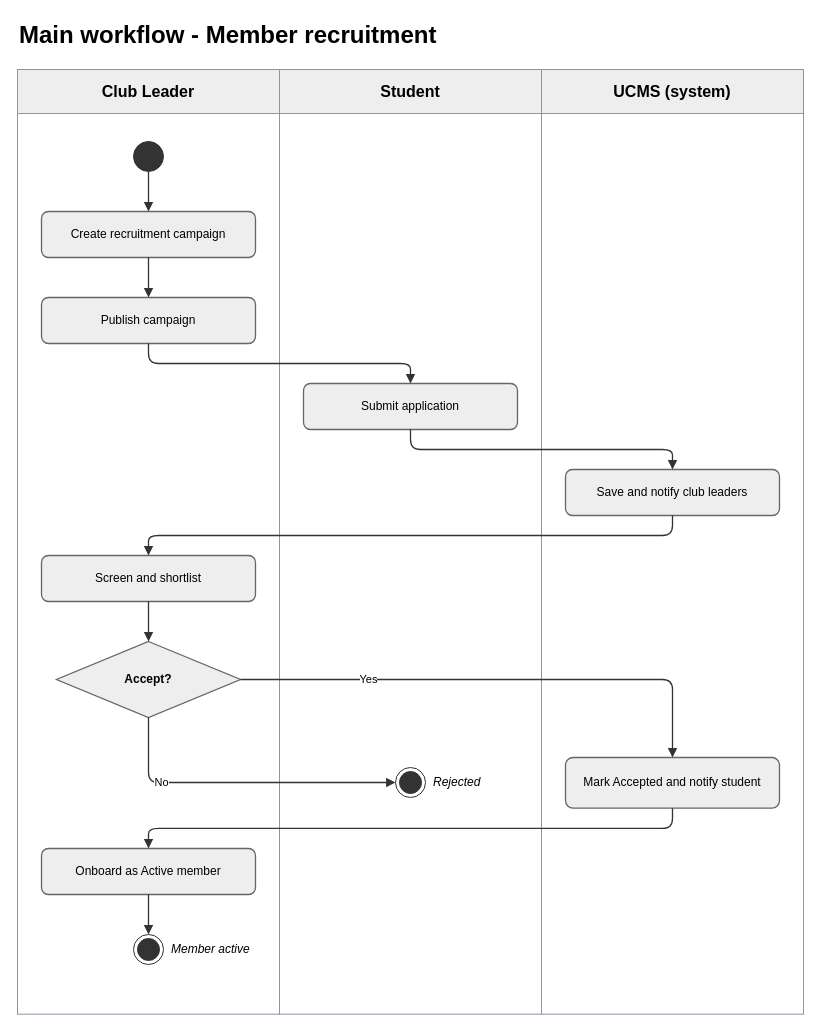
Before: page "02 Member recruitment" (2 of 10) of docs/03-diagrams/UCMS_Main_Workflow.drawio in nvdekay/ClubManagementSystem, a draw.io diagram. Source tidied: cells renumbered, new cells numbered last; positions are measured from the earlier drawing's top-left corner, leaving out a move shared by most shapes. Both pictures are drawn from the tidied source at 100%, with x=0, y=0 at pixel (17, 17).
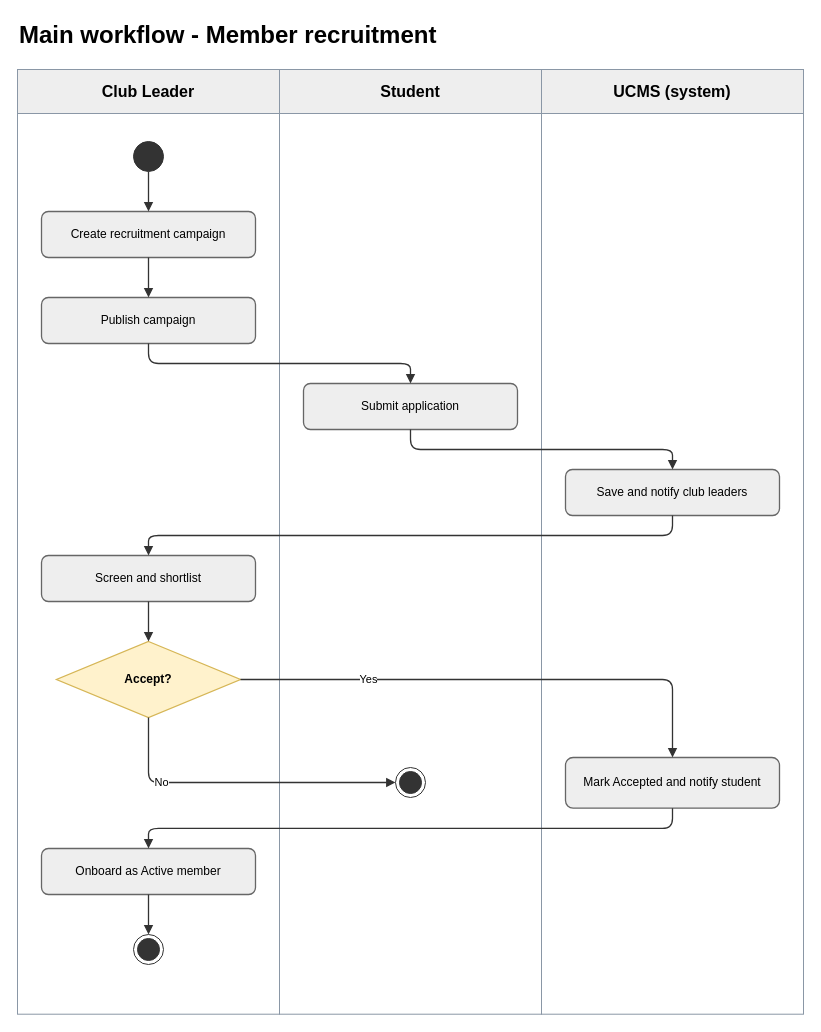
The same page after the edit.

Change to the diagram source:
```diff
@@
-    <mxCell id="15" value="Accept?" style="rhombus;whiteSpace=wrap;html=1;fillColor=#eeeeee;strokeColor=#666666;strokeWidth=1.3;fontStyle=1;spacingLeft=18;spacingRight=18;fontSize=12;" parent="1" vertex="1">
+    <mxCell id="15" value="Accept?" style="rhombus;whiteSpace=wrap;html=1;fillColor=#fff2cc;strokeColor=#d6b656;strokeWidth=1.3;fontStyle=1;spacingLeft=18;spacingRight=18;fontSize=12;" parent="1" vertex="1">
       <mxGeometry x="39" y="624" width="184" height="76" as="geometry" />
     </mxCell>
@@
-    <mxCell id="17" value="Rejected" style="text;html=1;whiteSpace=wrap;align=left;verticalAlign=middle;fontSize=12;fontStyle=2;" parent="1" vertex="1">
-      <mxGeometry x="414" y="742" width="104" height="46" as="geometry" />
-    </mxCell>
@@
-    <mxCell id="21" value="Member active" style="text;html=1;whiteSpace=wrap;align=left;verticalAlign=middle;fontSize=12;fontStyle=2;" parent="1" vertex="1">
-      <mxGeometry x="152" y="909" width="104" height="46" as="geometry" />
-    </mxCell>
```
